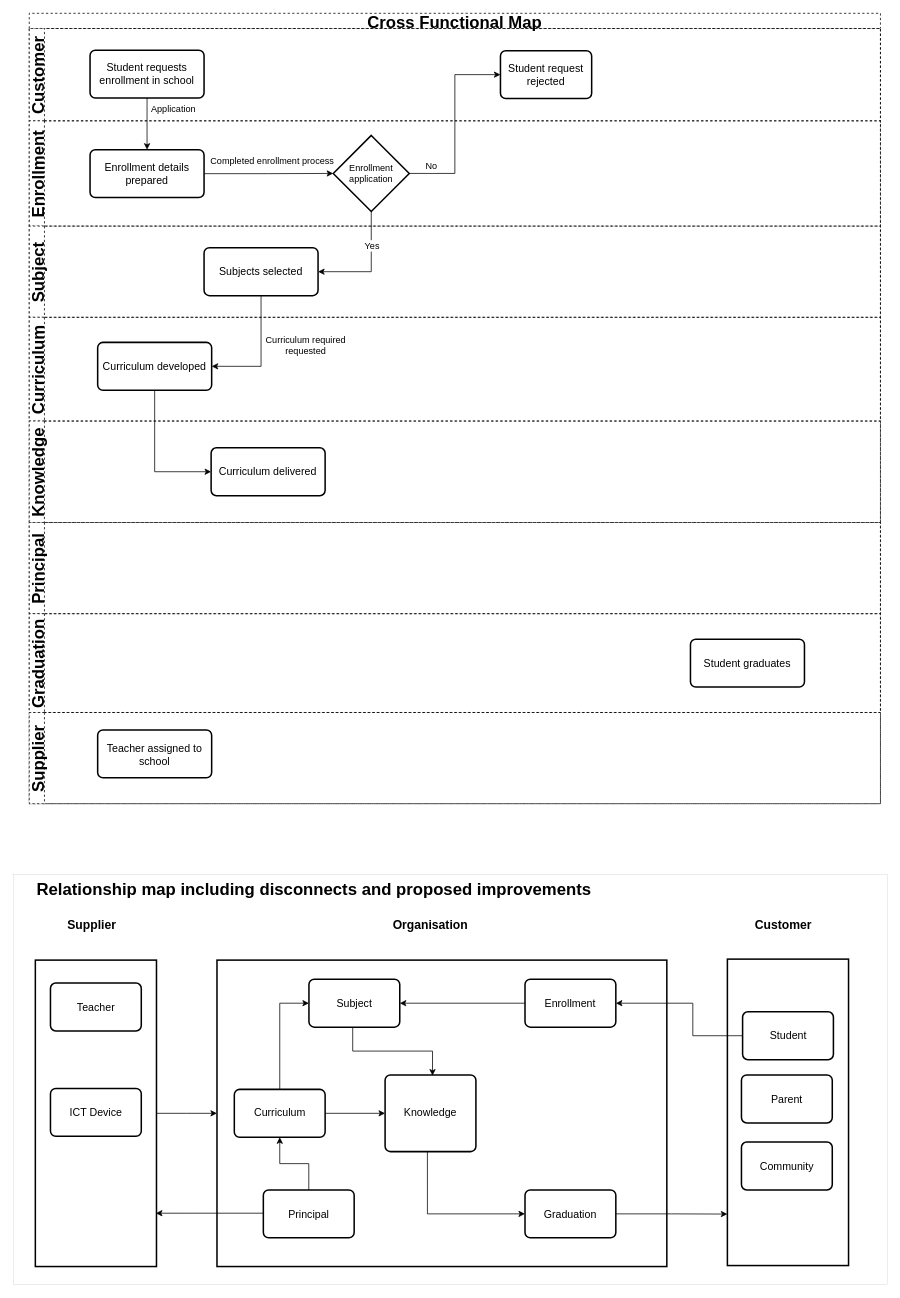
SRMITGit/diagrams keeps this draw.io diagram as page "Cross_Functional_Map" (3 of 4) of All_Maps_A1.drawio. Above is the earlier version. Source tidied: cells renumbered, new cells numbered last; positions are measured from the earlier drawing's top-left corner, leaving out a move shared by most shapes. Both pictures are drawn from the tidied source at 76%, with x=0, y=0 at pixel (13, 13).
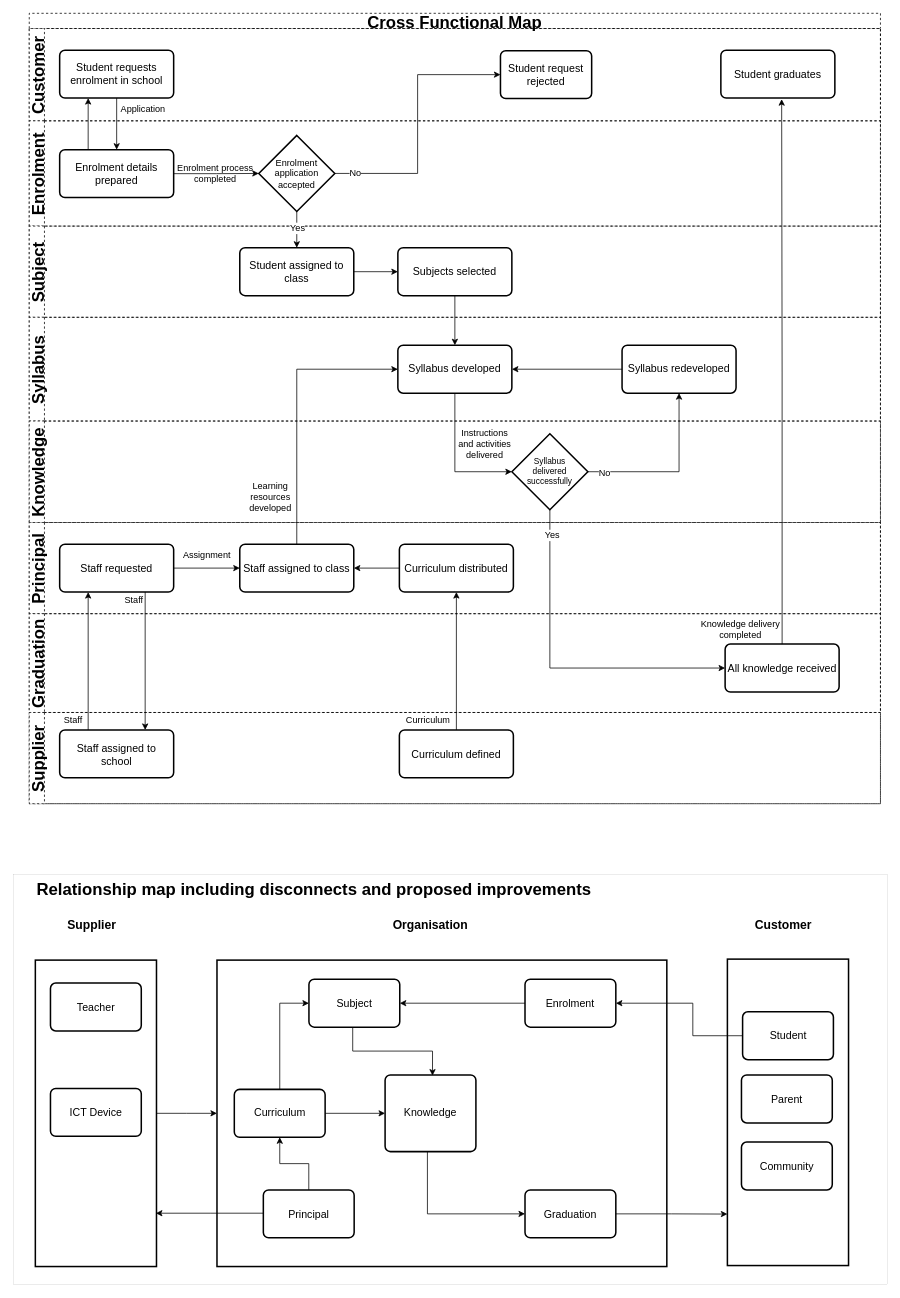
After the change.

The change refers to these unchanged cells:
```xml
<mxCell id="2" value="Cross Functional Map" style="swimlane;horizontal=1;startSize=20;dashed=1;fontFamily=Helvetica;fontSize=22;strokeColor=#000000;strokeWidth=1;" parent="1" vertex="1">
  <mxGeometry x="21" width="1120" height="1040" as="geometry" />
</mxCell>
<mxCell id="3" value="Customer" style="swimlane;startSize=20;horizontal=0;dashed=1;fontFamily=Helvetica;fontSize=22;strokeColor=#000000;strokeWidth=1;direction=east;flipV=1;" parent="2" vertex="1">
  <mxGeometry y="20" width="1120" height="121.5" as="geometry" />
</mxCell>
<mxCell id="12" value="Subject" style="swimlane;startSize=20;horizontal=0;dashed=1;fontFamily=Helvetica;fontSize=22;strokeColor=#000000;strokeWidth=1;" parent="2" vertex="1">
  <mxGeometry y="280" width="1120" height="120" as="geometry" />
</mxCell>
<mxCell id="19" value="Principal" style="swimlane;startSize=20;horizontal=0;dashed=1;fontFamily=Helvetica;fontSize=22;strokeColor=#000000;strokeWidth=1;" parent="2" vertex="1">
  <mxGeometry y="670" width="1120" height="120" as="geometry" />
</mxCell>
<mxCell id="20" value="Graduation" style="swimlane;startSize=20;horizontal=0;dashed=1;fontFamily=Helvetica;fontSize=22;strokeColor=#000000;strokeWidth=1;" parent="2" vertex="1">
  <mxGeometry y="790" width="1120" height="130" as="geometry" />
</mxCell>
<mxCell id="22" value="Supplier" style="swimlane;startSize=20;horizontal=0;dashed=1;fontFamily=Helvetica;fontSize=22;strokeColor=#000000;strokeWidth=1;" parent="2" vertex="1">
  <mxGeometry y="920" width="1120" height="120" as="geometry" />
</mxCell>
<mxCell id="27" style="edgeStyle=orthogonalEdgeStyle;rounded=0;jettySize=auto;html=1;entryX=0;entryY=0.5;entryDx=0;entryDy=0;fontFamily=Helvetica;fontSize=12;" parent="2" edge="1" source="11" target="6">
  <mxGeometry relative="1" as="geometry" />
</mxCell>
```

The edit, as a diff of the source:
```diff
@@
-    <mxCell id="4" value="&lt;font style=&quot;font-size: 14px&quot;&gt;Student requests enrollment in school&lt;/font&gt;" style="rounded=1;whiteSpace=wrap;html=1;absoluteArcSize=1;arcSize=14;strokeWidth=2;" parent="3" vertex="1">
-      <mxGeometry x="80" y="28.5" width="150" height="63" as="geometry" />
+    <mxCell id="4" value="&lt;font style=&quot;font-size: 14px&quot;&gt;Student requests enrolment in school&lt;/font&gt;" style="rounded=1;whiteSpace=wrap;html=1;absoluteArcSize=1;arcSize=14;strokeWidth=2;" parent="3" vertex="1">
+      <mxGeometry x="40" y="28.5" width="150" height="63" as="geometry" />
     </mxCell>
     <mxCell id="5" value="Application" style="text;html=1;strokeColor=none;fillColor=none;align=center;verticalAlign=middle;whiteSpace=wrap;rounded=0;dashed=1;fontFamily=Helvetica;fontSize=12;" parent="3" vertex="1">
-      <mxGeometry x="140" y="91.5" width="100" height="30" as="geometry" />
+      <mxGeometry x="100" y="91.5" width="100" height="30" as="geometry" />
     </mxCell>
@@
+    <mxCell id="60" value="&lt;span style=&quot;font-size: 14px&quot;&gt;Student graduates&lt;/span&gt;" style="rounded=1;whiteSpace=wrap;html=1;absoluteArcSize=1;arcSize=14;strokeWidth=2;" parent="3" vertex="1">
+      <mxGeometry x="910" y="28.5" width="150" height="63" as="geometry" />
+    </mxCell>
-    <mxCell id="7" value="Enrollment" style="swimlane;startSize=20;horizontal=0;dashed=1;fontFamily=Helvetica;fontSize=22;strokeColor=#000000;strokeWidth=1;" parent="2" vertex="1">
+    <mxCell id="7" value="Enrolment" style="swimlane;startSize=20;horizontal=0;dashed=1;fontFamily=Helvetica;fontSize=22;strokeColor=#000000;strokeWidth=1;" parent="2" vertex="1">
       <mxGeometry y="141.5" width="1120" height="138.5" as="geometry" />
     </mxCell>
@@
-    <mxCell id="9" value="&lt;font style=&quot;font-size: 14px&quot;&gt;Enrollment details prepared&lt;/font&gt;" style="rounded=1;whiteSpace=wrap;html=1;absoluteArcSize=1;arcSize=14;strokeWidth=2;" parent="7" vertex="1">
-      <mxGeometry x="80" y="38" width="150" height="63" as="geometry" />
+    <mxCell id="9" value="&lt;font style=&quot;font-size: 14px&quot;&gt;Enrolment details prepared&lt;/font&gt;" style="rounded=1;whiteSpace=wrap;html=1;absoluteArcSize=1;arcSize=14;strokeWidth=2;" parent="7" vertex="1">
+      <mxGeometry x="40" y="38" width="150" height="63" as="geometry" />
     </mxCell>
-    <mxCell id="10" value="Completed enrollment process" style="text;html=1;strokeColor=none;fillColor=none;align=center;verticalAlign=middle;whiteSpace=wrap;rounded=0;dashed=1;fontFamily=Helvetica;fontSize=12;" parent="7" vertex="1">
-      <mxGeometry x="230" y="38" width="180" height="30" as="geometry" />
+    <mxCell id="10" value="Enrolment process completed" style="text;html=1;strokeColor=none;fillColor=none;align=center;verticalAlign=middle;whiteSpace=wrap;rounded=0;dashed=1;fontFamily=Helvetica;fontSize=12;" parent="7" vertex="1">
+      <mxGeometry x="190" y="48.3" width="110" height="42" as="geometry" />
     </mxCell>
-    <mxCell id="11" value="Enrollment application" style="strokeWidth=2;html=1;shape=mxgraph.flowchart.decision;whiteSpace=wrap;fontFamily=Helvetica;fontSize=12;" parent="7" vertex="1">
-      <mxGeometry x="400" y="19.2" width="100" height="100" as="geometry" />
+    <mxCell id="11" value="Enrolment application accepted" style="strokeWidth=2;html=1;shape=mxgraph.flowchart.decision;whiteSpace=wrap;fontFamily=Helvetica;fontSize=12;" parent="7" vertex="1">
+      <mxGeometry x="302" y="19.2" width="100" height="100" as="geometry" />
     </mxCell>
+    <mxCell id="24" style="edgeStyle=orthogonalEdgeStyle;rounded=0;jettySize=auto;html=1;entryX=0.5;entryY=0;entryDx=0;entryDy=0;fontFamily=Helvetica;fontSize=12;" parent="2" edge="1" source="4" target="9">
+      <mxGeometry relative="1" as="geometry" />
+    </mxCell>
+    <mxCell id="61" style="edgeStyle=orthogonalEdgeStyle;rounded=0;jettySize=auto;html=1;entryX=0.25;entryY=1;entryDx=0;entryDy=0;exitX=0.25;exitY=0;exitDx=0;exitDy=0;" parent="2" edge="1" source="9" target="4">
+      <mxGeometry relative="1" as="geometry" />
+    </mxCell>
@@
+    <mxCell id="62" style="edgeStyle=orthogonalEdgeStyle;rounded=0;jettySize=auto;html=1;entryX=0;entryY=0.5;entryDx=0;entryDy=0;" parent="12" edge="1" source="13" target="63">
+      <mxGeometry relative="1" as="geometry" />
+    </mxCell>
-    <mxCell id="13" value="&lt;font style=&quot;font-size: 14px&quot;&gt;Subjects selected&lt;/font&gt;" style="rounded=1;whiteSpace=wrap;html=1;absoluteArcSize=1;arcSize=14;strokeWidth=2;" parent="12" vertex="1">
-      <mxGeometry x="230" y="28.5" width="150" height="63" as="geometry" />
+    <mxCell id="13" value="&lt;font style=&quot;font-size: 14px&quot;&gt;Student assigned to class&lt;/font&gt;" style="rounded=1;whiteSpace=wrap;html=1;absoluteArcSize=1;arcSize=14;strokeWidth=2;" parent="12" vertex="1">
+      <mxGeometry x="277" y="28.5" width="150" height="63" as="geometry" />
     </mxCell>
+    <mxCell id="63" value="&lt;font style=&quot;font-size: 14px&quot;&gt;Subjects selected&lt;/font&gt;" style="rounded=1;whiteSpace=wrap;html=1;absoluteArcSize=1;arcSize=14;strokeWidth=2;" parent="12" vertex="1">
+      <mxGeometry x="485" y="28.5" width="150" height="63" as="geometry" />
+    </mxCell>
-    <mxCell id="14" value="Curriculum" style="swimlane;startSize=20;horizontal=0;dashed=1;fontFamily=Helvetica;fontSize=22;strokeColor=#000000;strokeWidth=1;" parent="2" vertex="1">
+    <mxCell id="14" value="Syllabus" style="swimlane;startSize=20;horizontal=0;dashed=1;fontFamily=Helvetica;fontSize=22;strokeColor=#000000;strokeWidth=1;" parent="2" vertex="1">
       <mxGeometry y="400" width="1120" height="136.5" as="geometry" />
     </mxCell>
-    <mxCell id="15" value="&lt;font style=&quot;font-size: 14px&quot;&gt;Curriculum developed&lt;/font&gt;" style="rounded=1;whiteSpace=wrap;html=1;absoluteArcSize=1;arcSize=14;strokeWidth=2;" parent="14" vertex="1">
-      <mxGeometry x="90" y="33" width="150" height="63" as="geometry" />
+    <mxCell id="15" value="&lt;font style=&quot;font-size: 14px&quot;&gt;Syllabus&amp;nbsp;developed&lt;/font&gt;" style="rounded=1;whiteSpace=wrap;html=1;absoluteArcSize=1;arcSize=14;strokeWidth=2;" parent="14" vertex="1">
+      <mxGeometry x="485" y="36.8" width="150" height="63" as="geometry" />
     </mxCell>
+    <mxCell id="64" style="edgeStyle=orthogonalEdgeStyle;rounded=0;jettySize=auto;html=1;entryX=1;entryY=0.5;entryDx=0;entryDy=0;fontSize=12;" parent="14" edge="1" source="18" target="15">
+      <mxGeometry relative="1" as="geometry" />
+    </mxCell>
+    <mxCell id="18" value="&lt;span style=&quot;font-size: 14px&quot;&gt;Syllabus redeveloped&lt;/span&gt;" style="rounded=1;whiteSpace=wrap;html=1;absoluteArcSize=1;arcSize=14;strokeWidth=2;" parent="14" vertex="1">
+      <mxGeometry x="780" y="36.8" width="150" height="63" as="geometry" />
+    </mxCell>
+    <mxCell id="17" value="Knowledge" style="swimlane;startSize=20;horizontal=0;dashed=1;fontFamily=Helvetica;fontSize=22;strokeColor=#000000;strokeWidth=1;" parent="2" vertex="1">
+      <mxGeometry y="536.5" width="1120" height="133.5" as="geometry" />
+    </mxCell>
-    <mxCell id="16" value="Curriculum required requested" style="text;html=1;strokeColor=none;fillColor=none;align=center;verticalAlign=middle;whiteSpace=wrap;rounded=0;dashed=1;fontFamily=Helvetica;fontSize=12;" parent="14" vertex="1">
-      <mxGeometry x="308" y="13" width="112" height="47" as="geometry" />
+    <mxCell id="16" value="Learning resources developed" style="text;html=1;strokeColor=none;fillColor=none;align=center;verticalAlign=middle;whiteSpace=wrap;rounded=0;dashed=1;fontFamily=Helvetica;fontSize=12;" parent="17" vertex="1">
+      <mxGeometry x="276" y="76.5" width="83" height="47" as="geometry" />
     </mxCell>
-    <mxCell id="17" value="Knowledge" style="swimlane;startSize=20;horizontal=0;dashed=1;fontFamily=Helvetica;fontSize=22;strokeColor=#000000;strokeWidth=1;" parent="2" vertex="1">
-      <mxGeometry y="536.5" width="1120" height="133.5" as="geometry" />
-    </mxCell>
-    <mxCell id="18" value="&lt;span style=&quot;font-size: 14px&quot;&gt;Curriculum delivered&lt;/span&gt;" style="rounded=1;whiteSpace=wrap;html=1;absoluteArcSize=1;arcSize=14;strokeWidth=2;" parent="17" vertex="1">
-      <mxGeometry x="239.3" y="35.2" width="150" height="63" as="geometry" />
-    </mxCell>
+    <mxCell id="65" value="Syllabus&lt;br style=&quot;font-size: 11px;&quot;&gt;delivered successfully" style="strokeWidth=2;html=1;shape=mxgraph.flowchart.decision;whiteSpace=wrap;fontFamily=Helvetica;fontSize=11;" parent="17" vertex="1">
+      <mxGeometry x="635" y="16.7" width="100" height="100" as="geometry" />
+    </mxCell>
+    <mxCell id="66" value="Instructions and activities delivered" style="text;html=1;strokeColor=none;fillColor=none;align=center;verticalAlign=middle;whiteSpace=wrap;rounded=0;dashed=1;fontFamily=Helvetica;fontSize=12;" parent="17" vertex="1">
+      <mxGeometry x="558" y="6.5" width="83" height="47" as="geometry" />
+    </mxCell>
@@
+    <mxCell id="67" style="edgeStyle=orthogonalEdgeStyle;rounded=0;jettySize=auto;html=1;" parent="19" edge="1" source="68" target="71">
+      <mxGeometry relative="1" as="geometry" />
+    </mxCell>
+    <mxCell id="68" value="&lt;span style=&quot;font-size: 14px&quot;&gt;Curriculum distributed&lt;/span&gt;" style="rounded=1;whiteSpace=wrap;html=1;absoluteArcSize=1;arcSize=14;strokeWidth=2;" parent="19" vertex="1">
+      <mxGeometry x="487" y="28.5" width="150" height="63" as="geometry" />
+    </mxCell>
+    <mxCell id="69" style="edgeStyle=orthogonalEdgeStyle;rounded=0;jettySize=auto;html=1;" parent="19" edge="1" source="70" target="71">
+      <mxGeometry relative="1" as="geometry" />
+    </mxCell>
+    <mxCell id="70" value="&lt;span style=&quot;font-size: 14px&quot;&gt;Staff requested&lt;/span&gt;" style="rounded=1;whiteSpace=wrap;html=1;absoluteArcSize=1;arcSize=14;strokeWidth=2;" parent="19" vertex="1">
+      <mxGeometry x="40" y="28.5" width="150" height="63" as="geometry" />
+    </mxCell>
+    <mxCell id="71" value="&lt;span style=&quot;font-size: 14px&quot;&gt;Staff assigned to class&lt;/span&gt;" style="rounded=1;whiteSpace=wrap;html=1;absoluteArcSize=1;arcSize=14;strokeWidth=2;" parent="19" vertex="1">
+      <mxGeometry x="277" y="28.5" width="150" height="63" as="geometry" />
+    </mxCell>
+    <mxCell id="72" value="Staff" style="text;html=1;strokeColor=none;fillColor=none;align=center;verticalAlign=middle;whiteSpace=wrap;rounded=0;dashed=1;fontFamily=Helvetica;fontSize=12;" parent="19" vertex="1">
+      <mxGeometry x="100" y="91.5" width="76" height="20" as="geometry" />
+    </mxCell>
+    <mxCell id="73" value="Assignment" style="text;html=1;strokeColor=none;fillColor=none;align=center;verticalAlign=middle;whiteSpace=wrap;rounded=0;dashed=1;fontFamily=Helvetica;fontSize=12;" parent="19" vertex="1">
+      <mxGeometry x="196" y="33" width="76" height="20" as="geometry" />
+    </mxCell>
@@
-    <mxCell id="21" value="&lt;span style=&quot;font-size: 14px&quot;&gt;Student graduates&lt;/span&gt;" style="rounded=1;whiteSpace=wrap;html=1;absoluteArcSize=1;arcSize=14;strokeWidth=2;" parent="20" vertex="1">
-      <mxGeometry x="870" y="33.5" width="150" height="63" as="geometry" />
+    <mxCell id="21" value="&lt;span style=&quot;font-size: 14px&quot;&gt;All knowledge received&lt;/span&gt;" style="rounded=1;whiteSpace=wrap;html=1;absoluteArcSize=1;arcSize=14;strokeWidth=2;" parent="20" vertex="1">
+      <mxGeometry x="915.6" y="40" width="150" height="63" as="geometry" />
     </mxCell>
+    <mxCell id="74" value="Knowledge delivery completed" style="text;html=1;strokeColor=none;fillColor=none;align=center;verticalAlign=middle;whiteSpace=wrap;rounded=0;dashed=1;fontFamily=Helvetica;fontSize=12;" parent="20" vertex="1">
+      <mxGeometry x="880" y="-3" width="112" height="47" as="geometry" />
+    </mxCell>
@@
-    <mxCell id="23" value="&lt;span style=&quot;font-size: 14px&quot;&gt;Teacher assigned to school&lt;/span&gt;" style="rounded=1;whiteSpace=wrap;html=1;absoluteArcSize=1;arcSize=14;strokeWidth=2;" parent="22" vertex="1">
-      <mxGeometry x="90" y="23" width="150" height="63" as="geometry" />
+    <mxCell id="23" value="&lt;span style=&quot;font-size: 14px&quot;&gt;Staff assigned to school&lt;/span&gt;" style="rounded=1;whiteSpace=wrap;html=1;absoluteArcSize=1;arcSize=14;strokeWidth=2;" parent="22" vertex="1">
+      <mxGeometry x="40" y="23" width="150" height="63" as="geometry" />
     </mxCell>
-    <mxCell id="24" style="edgeStyle=orthogonalEdgeStyle;rounded=0;jettySize=auto;html=1;entryX=0.5;entryY=0;entryDx=0;entryDy=0;fontFamily=Helvetica;fontSize=12;" parent="2" edge="1" source="4" target="9">
-      <mxGeometry relative="1" as="geometry" />
-    </mxCell>
+    <mxCell id="75" value="&lt;span style=&quot;font-size: 14px&quot;&gt;Curriculum defined&lt;/span&gt;" style="rounded=1;whiteSpace=wrap;html=1;absoluteArcSize=1;arcSize=14;strokeWidth=2;" parent="22" vertex="1">
+      <mxGeometry x="487" y="23" width="150" height="63" as="geometry" />
+    </mxCell>
+    <mxCell id="76" value="Curriculum" style="text;html=1;strokeColor=none;fillColor=none;align=center;verticalAlign=middle;whiteSpace=wrap;rounded=0;dashed=1;fontFamily=Helvetica;fontSize=12;" parent="22" vertex="1">
+      <mxGeometry x="487" width="76" height="20" as="geometry" />
+    </mxCell>
+    <mxCell id="77" value="Staff" style="text;html=1;strokeColor=none;fillColor=none;align=center;verticalAlign=middle;whiteSpace=wrap;rounded=0;dashed=1;fontFamily=Helvetica;fontSize=12;" parent="22" vertex="1">
+      <mxGeometry x="20" width="76" height="20" as="geometry" />
+    </mxCell>
-    <mxCell id="25" style="edgeStyle=orthogonalEdgeStyle;rounded=0;jettySize=auto;html=1;entryX=1;entryY=0.5;entryDx=0;entryDy=0;fontFamily=Helvetica;fontSize=12;exitX=0.5;exitY=1;exitDx=0;exitDy=0;exitPerimeter=0;" parent="2" edge="1" source="11" target="13">
+    <mxCell id="25" style="edgeStyle=orthogonalEdgeStyle;rounded=0;jettySize=auto;html=1;entryX=0.5;entryY=0;entryDx=0;entryDy=0;fontFamily=Helvetica;fontSize=12;exitX=0.5;exitY=1;exitDx=0;exitDy=0;exitPerimeter=0;" parent="2" edge="1" source="11" target="13">
       <mxGeometry relative="1" as="geometry" />
     </mxCell>
     <mxCell id="26" value="Yes" style="edgeLabel;html=1;align=center;verticalAlign=middle;fontSize=12;fontFamily=Helvetica;" parent="25" vertex="1">
-      <mxGeometry x="-0.4" relative="1" as="geometry" />
+      <mxGeometry x="-0.4" relative="1" as="geometry">
+        <mxPoint y="8" as="offset" />
+      </mxGeometry>
     </mxCell>
@@
     <mxCell id="28" value="No" style="edgeLabel;html=1;align=center;verticalAlign=middle;fontSize=12;fontFamily=Helvetica;" parent="27" vertex="1">
       <mxGeometry x="-0.14" y="1" relative="1" as="geometry">
-        <mxPoint x="-31" y="39" as="offset" />
+        <mxPoint x="-82" y="40" as="offset" />
       </mxGeometry>
     </mxCell>
-    <mxCell id="29" style="edgeStyle=orthogonalEdgeStyle;rounded=0;jettySize=auto;html=1;entryX=1;entryY=0.5;entryDx=0;entryDy=0;fontFamily=Helvetica;fontSize=12;" parent="2" edge="1" source="13" target="15">
-      <mxGeometry relative="1" as="geometry" />
-    </mxCell>
-    <mxCell id="30" style="edgeStyle=orthogonalEdgeStyle;rounded=0;jettySize=auto;html=1;entryX=0;entryY=0.5;entryDx=0;entryDy=0;fontFamily=Helvetica;fontSize=12;" parent="2" edge="1" source="15" target="18">
-      <mxGeometry relative="1" as="geometry" />
-    </mxCell>
+    <mxCell id="78" style="edgeStyle=orthogonalEdgeStyle;rounded=0;jettySize=auto;html=1;entryX=0.5;entryY=0;entryDx=0;entryDy=0;" parent="2" edge="1" source="63" target="15">
+      <mxGeometry relative="1" as="geometry" />
+    </mxCell>
+    <mxCell id="79" style="edgeStyle=orthogonalEdgeStyle;rounded=0;jettySize=auto;html=1;entryX=0;entryY=0.5;entryDx=0;entryDy=0;exitX=0.5;exitY=0;exitDx=0;exitDy=0;" parent="2" edge="1" source="71" target="15">
+      <mxGeometry relative="1" as="geometry" />
+    </mxCell>
+    <mxCell id="80" style="edgeStyle=orthogonalEdgeStyle;rounded=0;jettySize=auto;html=1;entryX=0.75;entryY=0;entryDx=0;entryDy=0;exitX=0.75;exitY=1;exitDx=0;exitDy=0;" parent="2" edge="1" source="70" target="23">
+      <mxGeometry relative="1" as="geometry" />
+    </mxCell>
+    <mxCell id="81" style="edgeStyle=orthogonalEdgeStyle;rounded=0;jettySize=auto;html=1;exitX=0.25;exitY=0;exitDx=0;exitDy=0;entryX=0.25;entryY=1;entryDx=0;entryDy=0;" parent="2" edge="1" source="23" target="70">
+      <mxGeometry relative="1" as="geometry" />
+    </mxCell>
+    <mxCell id="82" style="edgeStyle=orthogonalEdgeStyle;rounded=0;jettySize=auto;html=1;entryX=0.5;entryY=1;entryDx=0;entryDy=0;" parent="2" edge="1" source="75" target="68">
+      <mxGeometry relative="1" as="geometry" />
+    </mxCell>
+    <mxCell id="83" style="edgeStyle=orthogonalEdgeStyle;rounded=0;jettySize=auto;html=1;entryX=0;entryY=0.5;entryDx=0;entryDy=0;entryPerimeter=0;fontSize=12;" parent="2" edge="1" source="15" target="65">
+      <mxGeometry relative="1" as="geometry" />
+    </mxCell>
+    <mxCell id="84" style="edgeStyle=orthogonalEdgeStyle;rounded=0;jettySize=auto;html=1;entryX=0;entryY=0.5;entryDx=0;entryDy=0;fontSize=12;exitX=0.5;exitY=1;exitDx=0;exitDy=0;exitPerimeter=0;" parent="2" edge="1" source="65" target="21">
+      <mxGeometry relative="1" as="geometry" />
+    </mxCell>
+    <mxCell id="85" value="Yes" style="edgeLabel;html=1;align=center;verticalAlign=middle;fontSize=12;" parent="84" vertex="1">
+      <mxGeometry x="-0.85" y="2" relative="1" as="geometry" />
+    </mxCell>
+    <mxCell id="86" style="edgeStyle=orthogonalEdgeStyle;rounded=0;jettySize=auto;html=1;entryX=0.5;entryY=1;entryDx=0;entryDy=0;fontSize=12;" parent="2" edge="1" source="65" target="18">
+      <mxGeometry relative="1" as="geometry" />
+    </mxCell>
+    <mxCell id="87" value="No" style="edgeLabel;html=1;align=center;verticalAlign=middle;fontSize=12;" parent="86" vertex="1">
+      <mxGeometry x="-0.81" y="-1" relative="1" as="geometry" />
+    </mxCell>
@@
-    <mxCell id="42" value="&lt;font style=&quot;font-size: 14px&quot;&gt;Enrollment&lt;/font&gt;" style="rounded=1;whiteSpace=wrap;html=1;absoluteArcSize=1;arcSize=14;strokeWidth=2;" parent="1" vertex="1">
+    <mxCell id="42" value="&lt;font style=&quot;font-size: 14px&quot;&gt;Enrolment&lt;/font&gt;" style="rounded=1;whiteSpace=wrap;html=1;absoluteArcSize=1;arcSize=14;strokeWidth=2;" parent="1" vertex="1">
       <mxGeometry x="673.3" y="1271" width="119.5" height="63" as="geometry" />
     </mxCell>
@@
+    <mxCell id="88" style="edgeStyle=orthogonalEdgeStyle;rounded=0;jettySize=auto;html=1;" parent="1" edge="1" source="21">
+      <mxGeometry relative="1" as="geometry">
+        <mxPoint x="1011" y="113" as="targetPoint" />
+      </mxGeometry>
+    </mxCell>
```
